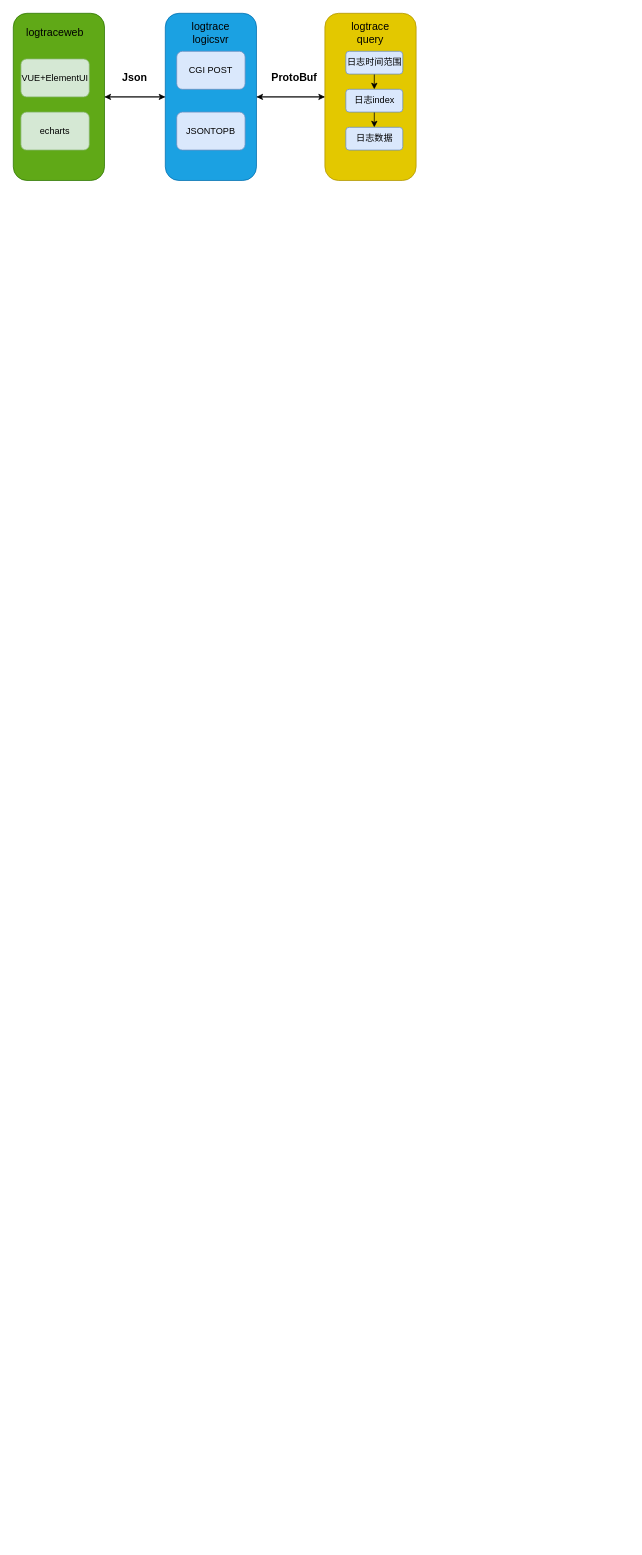
Zhang-liu-xiaoxiao/ZeroCup keeps this draw.io diagram as Untitled Diagram.drawio. Above is the earlier version. Source tidied: cells renumbered, new cells numbered last; positions are measured from the earlier drawing's top-left corner, leaving out a move shared by most shapes. Both pictures are drawn from the tidied source at 76%, with x=0, y=0 at pixel (13, 13).
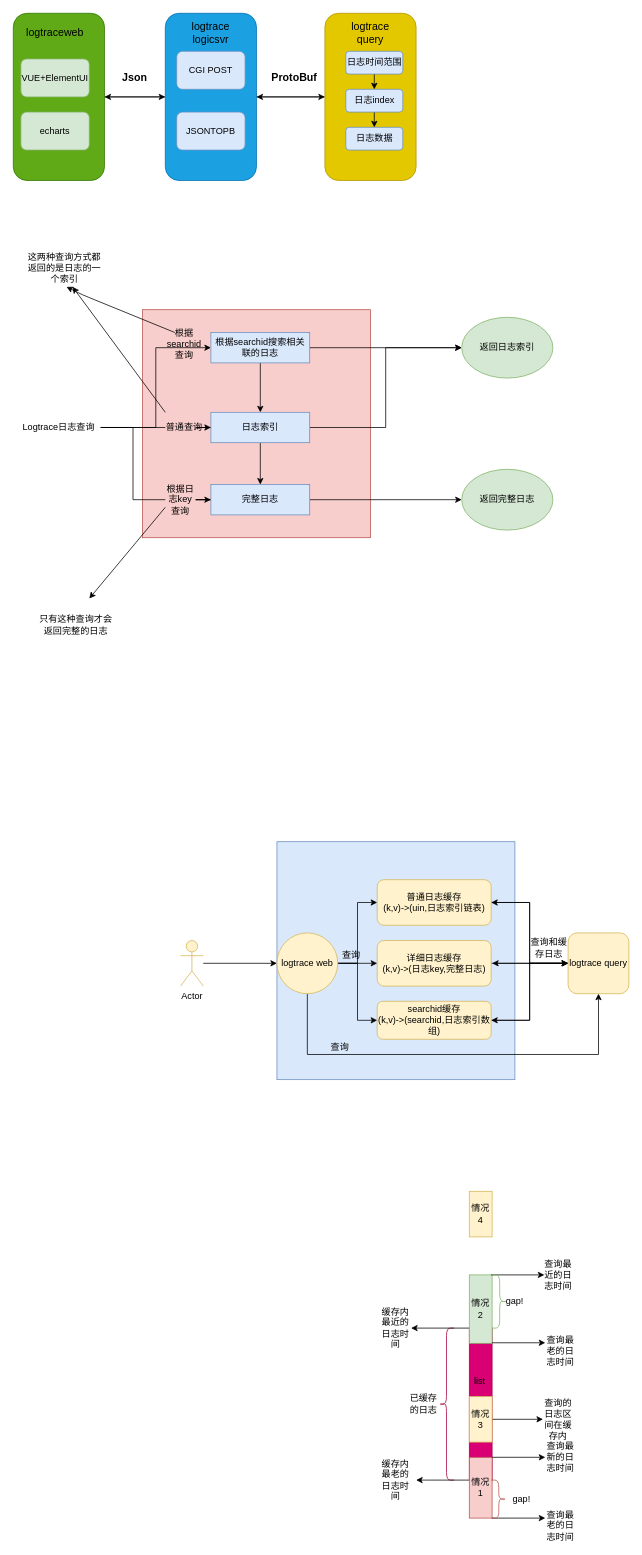
The same page after the edit.

Diff of the diagram source:
```diff
@@
+    <mxCell id="23" style="whiteSpace=wrap;html=1;fillColor=#f8cecc;strokeColor=#b85450;" parent="1" vertex="1">
+      <mxGeometry x="170" y="390" width="300" height="300" as="geometry" />
+    </mxCell>
+    <mxCell id="24" style="edgeStyle=orthogonalEdgeStyle;rounded=0;jettySize=auto;html=1;entryX=0;entryY=0.5;entryDx=0;entryDy=0;startArrow=none;" parent="1" edge="1" source="38" target="30">
+      <mxGeometry relative="1" as="geometry" />
+    </mxCell>
+    <mxCell id="25" style="edgeStyle=orthogonalEdgeStyle;rounded=0;jettySize=auto;html=1;entryX=0;entryY=0.5;entryDx=0;entryDy=0;" parent="1" edge="1" source="27" target="35">
+      <mxGeometry relative="1" as="geometry" />
+    </mxCell>
+    <mxCell id="26" style="edgeStyle=orthogonalEdgeStyle;rounded=0;jettySize=auto;html=1;entryX=0;entryY=0.5;entryDx=0;entryDy=0;startArrow=none;" parent="1" edge="1" source="41" target="32">
+      <mxGeometry relative="1" as="geometry" />
+    </mxCell>
+    <mxCell id="27" value="Logtrace日志查询" style="text;html=1;strokeColor=none;fillColor=none;align=center;verticalAlign=middle;whiteSpace=wrap;rounded=0;" parent="1" vertex="1">
+      <mxGeometry x="5" y="520" width="110" height="50" as="geometry" />
+    </mxCell>
+    <mxCell id="28" style="edgeStyle=orthogonalEdgeStyle;rounded=0;jettySize=auto;html=1;entryX=0.5;entryY=0;entryDx=0;entryDy=0;" parent="1" edge="1" source="30" target="32">
+      <mxGeometry relative="1" as="geometry" />
+    </mxCell>
+    <mxCell id="29" style="edgeStyle=orthogonalEdgeStyle;rounded=0;jettySize=auto;html=1;entryX=0;entryY=0.5;entryDx=0;entryDy=0;" parent="1" edge="1" source="30" target="36">
+      <mxGeometry relative="1" as="geometry" />
+    </mxCell>
+    <mxCell id="30" value="日志索引" style="rounded=0;whiteSpace=wrap;html=1;fillColor=#dae8fc;strokeColor=#6c8ebf;" parent="1" vertex="1">
+      <mxGeometry x="260" y="525" width="130" height="40" as="geometry" />
+    </mxCell>
+    <mxCell id="31" style="edgeStyle=orthogonalEdgeStyle;rounded=0;jettySize=auto;html=1;entryX=0;entryY=0.5;entryDx=0;entryDy=0;" parent="1" edge="1" source="32" target="37">
+      <mxGeometry relative="1" as="geometry" />
+    </mxCell>
+    <mxCell id="32" value="完整日志" style="rounded=0;whiteSpace=wrap;html=1;fillColor=#dae8fc;strokeColor=#6c8ebf;" parent="1" vertex="1">
+      <mxGeometry x="260" y="620" width="130" height="40" as="geometry" />
+    </mxCell>
+    <mxCell id="33" style="edgeStyle=orthogonalEdgeStyle;rounded=0;jettySize=auto;html=1;" parent="1" edge="1" source="35" target="30">
+      <mxGeometry relative="1" as="geometry" />
+    </mxCell>
+    <mxCell id="34" style="edgeStyle=orthogonalEdgeStyle;rounded=0;jettySize=auto;html=1;entryX=0;entryY=0.5;entryDx=0;entryDy=0;" parent="1" edge="1" source="35" target="36">
+      <mxGeometry relative="1" as="geometry" />
+    </mxCell>
+    <mxCell id="35" value="根据searchid搜索相关联的日志" style="rounded=0;whiteSpace=wrap;html=1;fillColor=#dae8fc;strokeColor=#6c8ebf;" parent="1" vertex="1">
+      <mxGeometry x="260" y="420" width="130" height="40" as="geometry" />
+    </mxCell>
+    <mxCell id="36" value="返回日志索引" style="ellipse;whiteSpace=wrap;html=1;fillColor=#d5e8d4;strokeColor=#82b366;" parent="1" vertex="1">
+      <mxGeometry x="590" y="400" width="120" height="80" as="geometry" />
+    </mxCell>
+    <mxCell id="37" value="返回完整日志" style="ellipse;whiteSpace=wrap;html=1;fillColor=#d5e8d4;strokeColor=#82b366;" parent="1" vertex="1">
+      <mxGeometry x="590" y="600" width="120" height="80" as="geometry" />
+    </mxCell>
+    <mxCell id="38" value="普通查询" style="text;html=1;strokeColor=none;fillColor=none;align=center;verticalAlign=middle;whiteSpace=wrap;rounded=0;" parent="1" vertex="1">
+      <mxGeometry x="200" y="532.5" width="50" height="25" as="geometry" />
+    </mxCell>
+    <mxCell id="39" style="edgeStyle=orthogonalEdgeStyle;rounded=0;jettySize=auto;html=1;entryX=0;entryY=0.5;entryDx=0;entryDy=0;endArrow=none;" parent="1" edge="1" source="27" target="38">
+      <mxGeometry relative="1" as="geometry" />
+    </mxCell>
+    <mxCell id="40" value="根据searchid查询" style="text;html=1;strokeColor=none;fillColor=none;align=center;verticalAlign=middle;whiteSpace=wrap;rounded=0;" parent="1" vertex="1">
+      <mxGeometry x="200" y="420" width="50" height="30" as="geometry" />
+    </mxCell>
+    <mxCell id="41" value="根据日志key查询" style="text;html=1;strokeColor=none;fillColor=none;align=center;verticalAlign=middle;whiteSpace=wrap;rounded=0;" parent="1" vertex="1">
+      <mxGeometry x="200" y="630" width="40" height="20" as="geometry" />
+    </mxCell>
+    <mxCell id="42" style="edgeStyle=orthogonalEdgeStyle;rounded=0;jettySize=auto;html=1;entryX=0;entryY=0.5;entryDx=0;entryDy=0;endArrow=none;" parent="1" edge="1" source="27" target="41">
+      <mxGeometry relative="1" as="geometry" />
+    </mxCell>
+    <mxCell id="43" style="endArrow=classic;html=1;exitX=0.25;exitY=0;exitDx=0;exitDy=0;" parent="1" edge="1" source="40">
+      <mxGeometry relative="1" as="geometry">
+        <mxPoint x="70" y="360" as="targetPoint" />
+        <Array as="points">
+          <mxPoint x="90" y="370" />
+        </Array>
+      </mxGeometry>
+    </mxCell>
+    <mxCell id="44" style="endArrow=classic;html=1;exitX=0.25;exitY=0;exitDx=0;exitDy=0;" parent="1" edge="1">
+      <mxGeometry relative="1" as="geometry">
+        <mxPoint x="200" y="525" as="sourcePoint" />
+        <mxPoint x="78" y="360" as="targetPoint" />
+      </mxGeometry>
+    </mxCell>
+    <mxCell id="45" value="只有这种查询才会返回完整的日志" style="text;html=1;strokeColor=none;fillColor=none;align=center;verticalAlign=middle;whiteSpace=wrap;rounded=0;" parent="1" vertex="1">
+      <mxGeometry x="30" y="770" width="105" height="70" as="geometry" />
+    </mxCell>
+    <mxCell id="46" style="endArrow=classic;html=1;exitX=0;exitY=1;exitDx=0;exitDy=0;" parent="1" edge="1" source="41">
+      <mxGeometry relative="1" as="geometry">
+        <mxPoint x="100" y="770" as="targetPoint" />
+        <Array as="points">
+          <mxPoint x="100" y="770" />
+        </Array>
+      </mxGeometry>
+    </mxCell>
+    <mxCell id="47" value="这两种查询方式都返回的是日志的一个索引" style="text;html=1;strokeColor=none;fillColor=none;align=center;verticalAlign=middle;whiteSpace=wrap;rounded=0;" parent="1" vertex="1">
+      <mxGeometry x="15" y="300" width="105" height="70" as="geometry" />
+    </mxCell>
+    <mxCell id="48" style="whiteSpace=wrap;html=1;fillColor=#dae8fc;strokeColor=#6c8ebf;" parent="1" vertex="1">
+      <mxGeometry x="346.9" y="1090" width="313.1" height="313.1" as="geometry" />
+    </mxCell>
+    <mxCell id="49" style="edgeStyle=orthogonalEdgeStyle;rounded=0;jettySize=auto;html=1;entryX=0;entryY=0.5;entryDx=0;entryDy=0;" parent="1" edge="1" source="50" target="65">
+      <mxGeometry relative="1" as="geometry" />
+    </mxCell>
+    <mxCell id="50" value="普通日志缓存&lt;br&gt;(k,v)-&amp;gt;(uin,日志索引链表)" style="rounded=1;whiteSpace=wrap;html=1;fillColor=#fff2cc;strokeColor=#d6b656;strokeWidth=1;shadow=0;" parent="1" vertex="1">
+      <mxGeometry x="478.8" y="1140" width="150" height="60" as="geometry" />
+    </mxCell>
+    <mxCell id="51" style="edgeStyle=orthogonalEdgeStyle;rounded=0;jettySize=auto;html=1;exitX=1;exitY=0.5;exitDx=0;exitDy=0;entryX=0;entryY=0.5;entryDx=0;entryDy=0;" parent="1" edge="1" source="52" target="65">
+      <mxGeometry relative="1" as="geometry" />
+    </mxCell>
+    <mxCell id="52" value="详细日志缓存&lt;br&gt;(k,v)-&amp;gt;(日志key,完整日志)" style="rounded=1;whiteSpace=wrap;html=1;fillColor=#fff2cc;strokeColor=#d6b656;" parent="1" vertex="1">
+      <mxGeometry x="478.8" y="1220" width="150" height="60" as="geometry" />
+    </mxCell>
+    <mxCell id="53" style="edgeStyle=orthogonalEdgeStyle;rounded=0;jettySize=auto;html=1;exitX=1;exitY=0.5;exitDx=0;exitDy=0;entryX=0;entryY=0.5;entryDx=0;entryDy=0;" parent="1" edge="1" source="54" target="65">
+      <mxGeometry relative="1" as="geometry" />
+    </mxCell>
+    <mxCell id="54" value="searchid缓存&lt;br&gt;(k,v)-&amp;gt;(searchid,日志索引数组)" style="rounded=1;whiteSpace=wrap;html=1;fillColor=#fff2cc;strokeColor=#d6b656;strokeWidth=1;shadow=0;" parent="1" vertex="1">
+      <mxGeometry x="478.8" y="1300" width="150" height="50" as="geometry" />
+    </mxCell>
+    <mxCell id="55" style="edgeStyle=orthogonalEdgeStyle;rounded=0;jettySize=auto;html=1;entryX=0;entryY=0.5;entryDx=0;entryDy=0;" parent="1" edge="1" source="59" target="50">
+      <mxGeometry relative="1" as="geometry" />
+    </mxCell>
+    <mxCell id="56" style="edgeStyle=orthogonalEdgeStyle;rounded=0;jettySize=auto;html=1;entryX=0;entryY=0.5;entryDx=0;entryDy=0;" parent="1" edge="1" source="59" target="52">
+      <mxGeometry relative="1" as="geometry" />
+    </mxCell>
+    <mxCell id="57" style="edgeStyle=orthogonalEdgeStyle;rounded=0;jettySize=auto;html=1;entryX=0;entryY=0.5;entryDx=0;entryDy=0;" parent="1" edge="1" source="59" target="54">
+      <mxGeometry relative="1" as="geometry" />
+    </mxCell>
+    <mxCell id="58" style="edgeStyle=orthogonalEdgeStyle;rounded=0;jettySize=auto;html=1;entryX=0.5;entryY=1;entryDx=0;entryDy=0;" parent="1" edge="1" source="59" target="65">
+      <mxGeometry relative="1" as="geometry">
+        <Array as="points">
+          <mxPoint x="387" y="1370" />
+          <mxPoint x="770" y="1370" />
+        </Array>
+      </mxGeometry>
+    </mxCell>
+    <mxCell id="59" value="logtrace web" style="ellipse;whiteSpace=wrap;html=1;rounded=1;shadow=0;strokeColor=#d6b656;strokeWidth=1;fillColor=#fff2cc;" parent="1" vertex="1">
+      <mxGeometry x="346.9" y="1210" width="80" height="80" as="geometry" />
+    </mxCell>
+    <mxCell id="60" style="edgeStyle=orthogonalEdgeStyle;rounded=0;jettySize=auto;html=1;entryX=0;entryY=0.5;entryDx=0;entryDy=0;" parent="1" edge="1" source="61" target="59">
+      <mxGeometry relative="1" as="geometry" />
+    </mxCell>
+    <mxCell id="61" value="Actor" style="shape=umlActor;verticalLabelPosition=bottom;verticalAlign=top;html=1;outlineConnect=0;rounded=1;shadow=0;strokeColor=#d6b656;strokeWidth=1;fillColor=#fff2cc;" parent="1" vertex="1">
+      <mxGeometry x="220" y="1220" width="30" height="60" as="geometry" />
+    </mxCell>
+    <mxCell id="62" style="edgeStyle=orthogonalEdgeStyle;rounded=0;jettySize=auto;html=1;" parent="1" edge="1" source="65">
+      <mxGeometry relative="1" as="geometry">
+        <mxPoint x="630" y="1250" as="targetPoint" />
+      </mxGeometry>
+    </mxCell>
+    <mxCell id="63" style="edgeStyle=orthogonalEdgeStyle;rounded=0;jettySize=auto;html=1;entryX=1;entryY=0.5;entryDx=0;entryDy=0;" parent="1" edge="1" source="65" target="54">
+      <mxGeometry relative="1" as="geometry" />
+    </mxCell>
+    <mxCell id="64" style="edgeStyle=orthogonalEdgeStyle;rounded=0;jettySize=auto;html=1;entryX=1;entryY=0.5;entryDx=0;entryDy=0;" parent="1" edge="1" source="65" target="50">
+      <mxGeometry relative="1" as="geometry" />
+    </mxCell>
+    <mxCell id="65" value="logtrace query" style="whiteSpace=wrap;html=1;rounded=1;shadow=0;strokeColor=#d6b656;strokeWidth=1;fillColor=#fff2cc;" parent="1" vertex="1">
+      <mxGeometry x="730" y="1210" width="80" height="80" as="geometry" />
+    </mxCell>
+    <mxCell id="66" value="查询" style="text;html=1;strokeColor=none;fillColor=none;align=center;verticalAlign=middle;whiteSpace=wrap;rounded=0;shadow=0;" parent="1" vertex="1">
+      <mxGeometry x="425" y="1230" width="40" height="20" as="geometry" />
+    </mxCell>
+    <mxCell id="67" value="查询和缓存日志" style="text;html=1;strokeColor=none;fillColor=none;align=center;verticalAlign=middle;whiteSpace=wrap;rounded=0;shadow=0;" parent="1" vertex="1">
+      <mxGeometry x="680" y="1210" width="50" height="40" as="geometry" />
+    </mxCell>
+    <mxCell id="68" value="查询" style="text;html=1;strokeColor=none;fillColor=none;align=center;verticalAlign=middle;whiteSpace=wrap;rounded=0;shadow=0;" parent="1" vertex="1">
+      <mxGeometry x="410" y="1350" width="40" height="20" as="geometry" />
+    </mxCell>
+    <mxCell id="69" style="rounded=0;whiteSpace=wrap;html=1;shadow=0;strokeColor=#A50040;strokeWidth=1;fillColor=#d80073;fontColor=#ffffff;" parent="1" vertex="1">
+      <mxGeometry x="600" y="1730" width="30" height="200" as="geometry" />
+    </mxCell>
+    <mxCell id="70" value="list" style="text;html=1;strokeColor=none;fillColor=none;align=center;verticalAlign=middle;whiteSpace=wrap;rounded=0;shadow=0;" parent="1" vertex="1">
+      <mxGeometry x="598.8" y="1790" width="30" height="20" as="geometry" />
+    </mxCell>
+    <mxCell id="71" style="shape=curlyBracket;whiteSpace=wrap;html=1;rounded=1;shadow=0;strokeColor=#A50040;strokeWidth=1;fillColor=#d80073;fontColor=#ffffff;" parent="1" vertex="1">
+      <mxGeometry x="560" y="1730" width="20" height="200" as="geometry" />
+    </mxCell>
+    <mxCell id="72" value="已缓存的日志" style="text;html=1;strokeColor=none;fillColor=none;align=center;verticalAlign=middle;whiteSpace=wrap;rounded=0;shadow=0;" parent="1" vertex="1">
+      <mxGeometry x="520" y="1820" width="40" height="20" as="geometry" />
+    </mxCell>
+    <mxCell id="73" style="endArrow=classic;html=1;" parent="1" edge="1" target="74">
+      <mxGeometry relative="1" as="geometry">
+        <mxPoint x="600" y="1730" as="sourcePoint" />
+      </mxGeometry>
+    </mxCell>
+    <mxCell id="74" value="缓存内最近的日志时间" style="text;html=1;strokeColor=none;fillColor=none;align=center;verticalAlign=middle;whiteSpace=wrap;rounded=0;shadow=0;" parent="1" vertex="1">
+      <mxGeometry x="483.4" y="1720" width="40" height="20" as="geometry" />
+    </mxCell>
+    <mxCell id="75" style="endArrow=classic;html=1;" parent="1" edge="1">
+      <mxGeometry relative="1" as="geometry">
+        <mxPoint x="600" y="1930" as="sourcePoint" />
+        <mxPoint x="530" y="1930" as="targetPoint" />
+        <Array as="points">
+          <mxPoint x="550" y="1930" />
+        </Array>
+      </mxGeometry>
+    </mxCell>
+    <mxCell id="76" value="缓存内最老的日志时间" style="text;html=1;strokeColor=none;fillColor=none;align=center;verticalAlign=middle;whiteSpace=wrap;rounded=0;shadow=0;" parent="1" vertex="1">
+      <mxGeometry x="483.4" y="1920" width="40" height="20" as="geometry" />
+    </mxCell>
+    <mxCell id="77" value="情况2" style="rounded=0;whiteSpace=wrap;html=1;shadow=0;strokeColor=#82b366;strokeWidth=1;fillColor=#d5e8d4;" parent="1" vertex="1">
+      <mxGeometry x="600" y="1660" width="30" height="90" as="geometry" />
+    </mxCell>
+    <mxCell id="78" value="情况1" style="rounded=0;whiteSpace=wrap;html=1;shadow=0;strokeColor=#b85450;strokeWidth=1;fillColor=#f8cecc;" parent="1" vertex="1">
+      <mxGeometry x="600" y="1900" width="30" height="80" as="geometry" />
+    </mxCell>
+    <mxCell id="79" style="endArrow=classic;html=1;" parent="1" edge="1">
+      <mxGeometry relative="1" as="geometry">
+        <mxPoint x="628.8" y="1660" as="sourcePoint" />
+        <mxPoint x="698.8" y="1660" as="targetPoint" />
+      </mxGeometry>
+    </mxCell>
+    <mxCell id="80" style="endArrow=classic;html=1;" parent="1" edge="1">
+      <mxGeometry relative="1" as="geometry">
+        <mxPoint x="630" y="1749.3" as="sourcePoint" />
+        <mxPoint x="700" y="1749.3" as="targetPoint" />
+      </mxGeometry>
+    </mxCell>
+    <mxCell id="81" style="endArrow=classic;html=1;" parent="1" edge="1">
+      <mxGeometry relative="1" as="geometry">
+        <mxPoint x="630" y="1980" as="sourcePoint" />
+        <mxPoint x="700" y="1980" as="targetPoint" />
+      </mxGeometry>
+    </mxCell>
+    <mxCell id="82" style="endArrow=classic;html=1;" parent="1" edge="1">
+      <mxGeometry relative="1" as="geometry">
+        <mxPoint x="630" y="1900" as="sourcePoint" />
+        <mxPoint x="700" y="1900" as="targetPoint" />
+      </mxGeometry>
+    </mxCell>
+    <mxCell id="83" value="查询最老的日志时间" style="text;html=1;strokeColor=none;fillColor=none;align=center;verticalAlign=middle;whiteSpace=wrap;rounded=0;shadow=0;" parent="1" vertex="1">
+      <mxGeometry x="700" y="1750" width="40" height="20" as="geometry" />
+    </mxCell>
+    <mxCell id="84" value="查询最近的日志时间" style="text;html=1;strokeColor=none;fillColor=none;align=center;verticalAlign=middle;whiteSpace=wrap;rounded=0;shadow=0;" parent="1" vertex="1">
+      <mxGeometry x="697" y="1650" width="40" height="20" as="geometry" />
+    </mxCell>
+    <mxCell id="85" value="查询最新的日志时间" style="text;html=1;strokeColor=none;fillColor=none;align=center;verticalAlign=middle;whiteSpace=wrap;rounded=0;shadow=0;" parent="1" vertex="1">
+      <mxGeometry x="700" y="1890" width="40" height="20" as="geometry" />
+    </mxCell>
+    <mxCell id="86" value="查询最老的日志时间" style="text;html=1;strokeColor=none;fillColor=none;align=center;verticalAlign=middle;whiteSpace=wrap;rounded=0;shadow=0;" parent="1" vertex="1">
+      <mxGeometry x="700" y="1980" width="40" height="20" as="geometry" />
+    </mxCell>
+    <mxCell id="87" style="edgeStyle=orthogonalEdgeStyle;rounded=0;jettySize=auto;html=1;entryX=0;entryY=0.5;entryDx=0;entryDy=0;" parent="1" edge="1" source="88" target="89">
+      <mxGeometry relative="1" as="geometry" />
+    </mxCell>
+    <mxCell id="88" value="情况3" style="rounded=0;whiteSpace=wrap;html=1;shadow=0;strokeColor=#d6b656;strokeWidth=1;fillColor=#fff2cc;" parent="1" vertex="1">
+      <mxGeometry x="600" y="1820" width="30" height="60" as="geometry" />
+    </mxCell>
+    <mxCell id="89" value="查询的日志区间在缓存内" style="text;html=1;strokeColor=none;fillColor=none;align=center;verticalAlign=middle;whiteSpace=wrap;rounded=0;shadow=0;" parent="1" vertex="1">
+      <mxGeometry x="697" y="1840" width="40" height="20" as="geometry" />
+    </mxCell>
+    <mxCell id="90" value="情况4" style="rounded=0;whiteSpace=wrap;html=1;shadow=0;strokeColor=#d6b656;strokeWidth=1;fillColor=#fff2cc;" parent="1" vertex="1">
+      <mxGeometry x="600" y="1550" width="30" height="60" as="geometry" />
+    </mxCell>
+    <mxCell id="91" style="shape=curlyBracket;whiteSpace=wrap;html=1;rounded=1;flipH=1;shadow=0;strokeColor=#82b366;strokeWidth=1;fillColor=#d5e8d4;size=0.5;" parent="1" vertex="1">
+      <mxGeometry x="630" y="1660" width="20" height="70" as="geometry" />
+    </mxCell>
+    <mxCell id="92" value="gap!" style="text;html=1;strokeColor=none;fillColor=none;align=center;verticalAlign=middle;whiteSpace=wrap;rounded=0;shadow=0;" parent="1" vertex="1">
+      <mxGeometry x="640" y="1687.5" width="40" height="15" as="geometry" />
+    </mxCell>
+    <mxCell id="93" style="shape=curlyBracket;whiteSpace=wrap;html=1;rounded=1;flipH=1;shadow=0;strokeColor=#b85450;strokeWidth=1;fillColor=#f8cecc;size=0.5;" parent="1" vertex="1">
+      <mxGeometry x="628.8" y="1930" width="20" height="50" as="geometry" />
+    </mxCell>
+    <mxCell id="94" value="gap!" style="text;html=1;strokeColor=none;fillColor=none;align=center;verticalAlign=middle;whiteSpace=wrap;rounded=0;shadow=0;" parent="1" vertex="1">
+      <mxGeometry x="648.8" y="1945" width="40" height="20" as="geometry" />
+    </mxCell>
```
